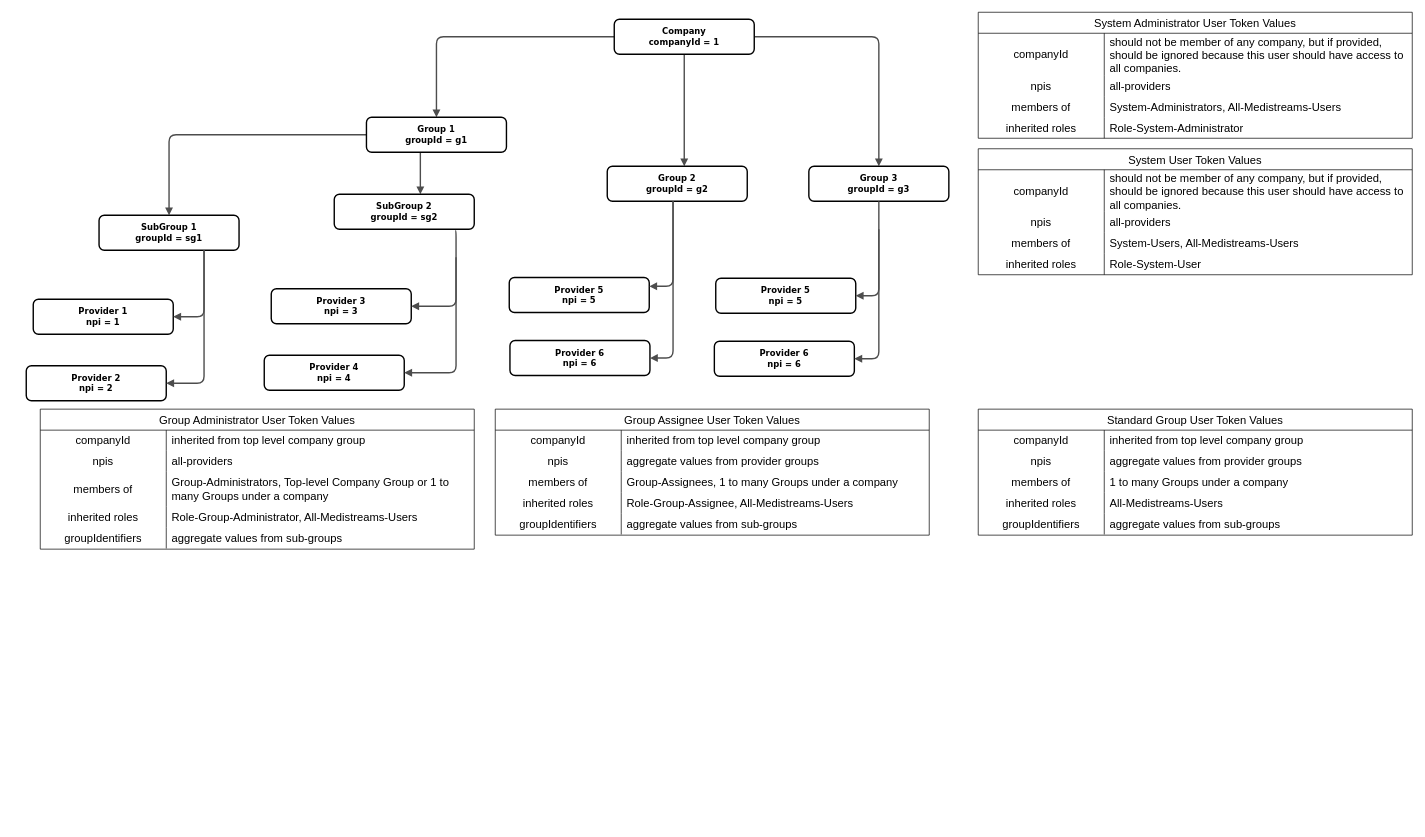
This is images/Untitled Diagram.drawio from ladytaz-rowell/hello-world, a draw.io file, before an edit. Source tidied: cells renumbered, new cells numbered last; positions are measured from the earlier drawing's top-left corner, leaving out a move shared by most shapes. Both pictures are drawn from the tidied source at 70%, with x=0, y=0 at pixel (26, 12).
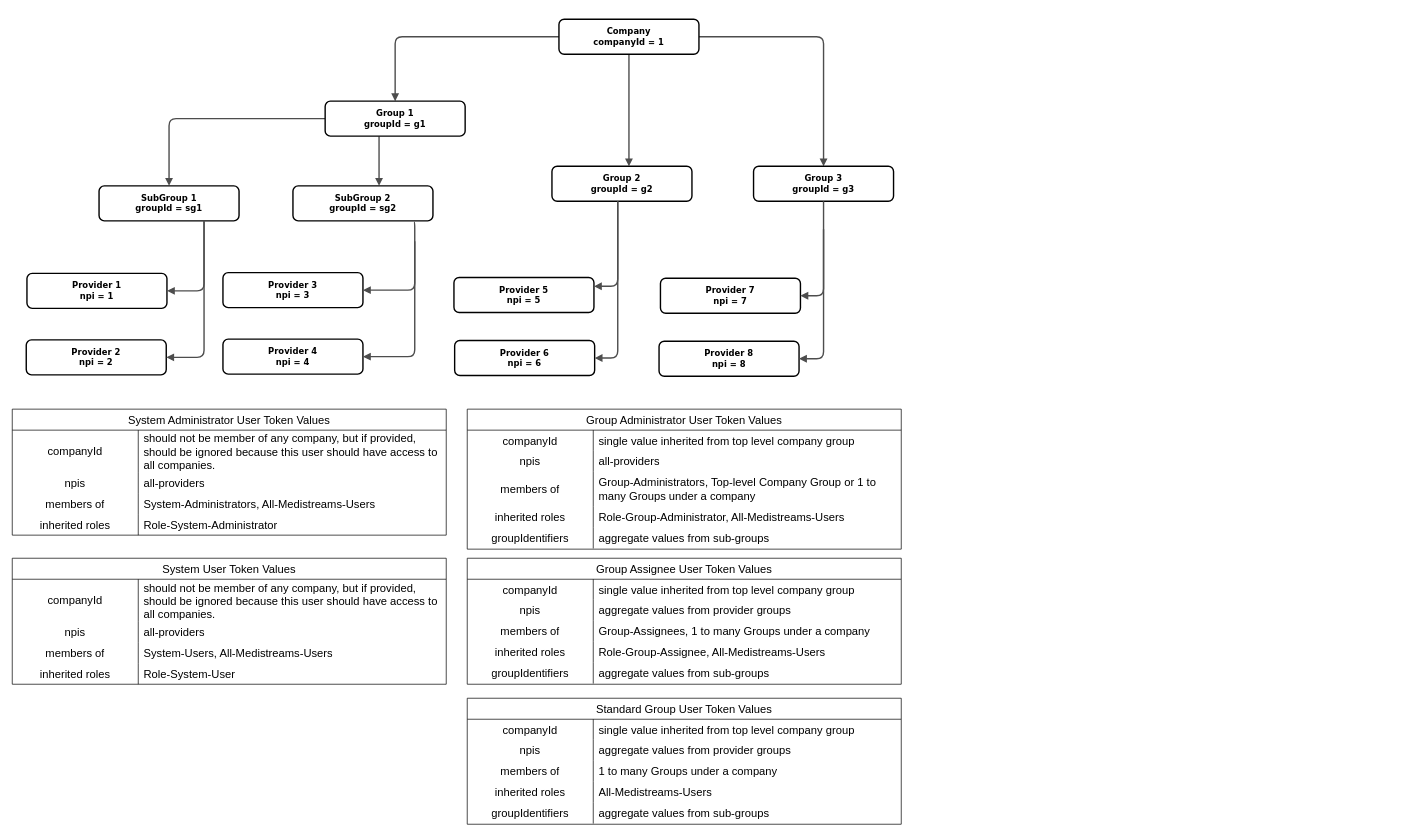
Above is the later version.

Unchanged cells that the change refers to:
```xml
<mxCell id="43" style="shape=tableRow;horizontal=0;startSize=0;swimlaneHead=0;swimlaneBody=0;top=0;left=0;bottom=0;right=0;fillColor=none;strokeColor=inherit;fontSize=16;flipV=1;flipH=1;" parent="42" vertex="1">
  <mxGeometry y="30" width="620" height="29" as="geometry" />
</mxCell>
<mxCell id="59" style="shape=tableRow;horizontal=0;startSize=0;swimlaneHead=0;swimlaneBody=0;top=0;left=0;bottom=0;right=0;fillColor=none;strokeColor=inherit;fontSize=16;flipV=1;flipH=1;" parent="58" vertex="1">
  <mxGeometry y="30" width="620" height="29" as="geometry" />
</mxCell>
<mxCell id="75" style="shape=tableRow;horizontal=0;startSize=0;swimlaneHead=0;swimlaneBody=0;top=0;left=0;bottom=0;right=0;fillColor=none;strokeColor=inherit;fontSize=16;flipV=1;flipH=1;" parent="74" vertex="1">
  <mxGeometry y="30" width="620" height="29" as="geometry" />
</mxCell>
```

What changed in the source:
```diff
@@
     <mxCell id="7" value="SubGroup 1&lt;br&gt;groupId = sg1" style="whiteSpace=wrap;html=1;rounded=1;shadow=0;comic=0;strokeWidth=2;fontFamily=Verdana;align=center;fontSize=12;fontStyle=1;" parent="1" vertex="1">
-      <mxGeometry x="104" y="290" width="200" height="50" as="geometry" />
+      <mxGeometry x="104" y="248" width="200" height="50" as="geometry" />
     </mxCell>
     <mxCell id="8" value="Group 1&lt;br&gt;groupId = g1" style="whiteSpace=wrap;html=1;rounded=1;shadow=0;comic=0;strokeWidth=2;fontFamily=Verdana;align=center;fontSize=12;fontStyle=1;" parent="1" vertex="1">
-      <mxGeometry x="486" y="150" width="200" height="50" as="geometry" />
+      <mxGeometry x="427" y="127" width="200" height="50" as="geometry" />
     </mxCell>
     <mxCell id="9" value="SubGroup 2&lt;br&gt;groupId = sg2" style="whiteSpace=wrap;html=1;rounded=1;shadow=0;comic=0;strokeWidth=2;fontFamily=Verdana;align=center;fontSize=12;fontStyle=1;" parent="1" vertex="1">
-      <mxGeometry x="440" y="260" width="200" height="50" as="geometry" />
+      <mxGeometry x="381" y="248" width="200" height="50" as="geometry" />
     </mxCell>
     <mxCell id="10" value="Company&lt;br&gt;companyId = 1" style="whiteSpace=wrap;html=1;rounded=1;shadow=0;comic=0;strokeWidth=2;fontFamily=Verdana;align=center;fontSize=12;fontStyle=1;" parent="1" vertex="1">
-      <mxGeometry x="840" y="10" width="200" height="50" as="geometry" />
+      <mxGeometry x="761" y="10" width="200" height="50" as="geometry" />
     </mxCell>
     <mxCell id="11" value="Group 3&lt;br&gt;groupId = g3" style="whiteSpace=wrap;html=1;rounded=1;shadow=0;comic=0;strokeWidth=2;fontFamily=Verdana;align=center;fontSize=12;fontStyle=1;" parent="1" vertex="1">
-      <mxGeometry x="1118" y="220" width="200" height="50" as="geometry" />
+      <mxGeometry x="1039" y="220" width="200" height="50" as="geometry" />
     </mxCell>
     <mxCell id="12" value="Provider 1&lt;br&gt;npi = 1" style="whiteSpace=wrap;html=1;rounded=1;shadow=0;comic=0;strokeWidth=2;fontFamily=Verdana;align=center;fontSize=12;fontStyle=1;" parent="1" vertex="1">
-      <mxGeometry x="10" y="410" width="200" height="50" as="geometry" />
+      <mxGeometry x="1" y="373" width="200" height="50" as="geometry" />
     </mxCell>
     <mxCell id="13" value="Provider 2&lt;br&gt;npi = 2" style="whiteSpace=wrap;html=1;rounded=1;shadow=0;comic=0;strokeWidth=2;fontFamily=Verdana;align=center;fontSize=12;fontStyle=1;" parent="1" vertex="1">
-      <mxGeometry y="505" width="200" height="50" as="geometry" />
+      <mxGeometry y="468" width="200" height="50" as="geometry" />
     </mxCell>
     <mxCell id="14" style="edgeStyle=elbowEdgeStyle;rounded=1;html=1;labelBackgroundColor=none;endArrow=block;endFill=1;strokeColor=#4D4D4D;strokeWidth=2;fontFamily=Verdana;fontSize=10;exitX=0.75;exitY=1;exitDx=0;exitDy=0;" parent="1" edge="1" source="7" target="13">
       <mxGeometry relative="1" as="geometry">
         <Array as="points">
-          <mxPoint x="254" y="420" />
-          <mxPoint x="210" y="420" />
+          <mxPoint x="254" y="383" />
+          <mxPoint x="210" y="383" />
         </Array>
       </mxGeometry>
     </mxCell>
     <mxCell id="15" style="edgeStyle=elbowEdgeStyle;rounded=1;html=1;labelBackgroundColor=none;endArrow=block;endFill=1;strokeColor=#4D4D4D;strokeWidth=2;fontFamily=Verdana;fontSize=10;exitX=0.75;exitY=1;exitDx=0;exitDy=0;entryX=1;entryY=0.5;entryDx=0;entryDy=0;" parent="1" edge="1" source="7" target="12">
       <mxGeometry relative="1" as="geometry">
         <Array as="points">
-          <mxPoint x="254" y="390" />
+          <mxPoint x="254" y="353" />
         </Array>
       </mxGeometry>
     </mxCell>
     <mxCell id="16" value="Provider 3&lt;br&gt;npi = 3" style="whiteSpace=wrap;html=1;rounded=1;shadow=0;comic=0;strokeWidth=2;fontFamily=Verdana;align=center;fontSize=12;fontStyle=1;" parent="1" vertex="1">
-      <mxGeometry x="350" y="395" width="200" height="50" as="geometry" />
+      <mxGeometry x="281" y="372" width="200" height="50" as="geometry" />
     </mxCell>
     <mxCell id="17" value="Provider 4&lt;br&gt;npi = 4" style="whiteSpace=wrap;html=1;rounded=1;shadow=0;comic=0;strokeWidth=2;fontFamily=Verdana;align=center;fontSize=12;fontStyle=1;" parent="1" vertex="1">
-      <mxGeometry x="340" y="490" width="200" height="50" as="geometry" />
+      <mxGeometry x="281" y="467" width="200" height="50" as="geometry" />
     </mxCell>
     <mxCell id="18" style="edgeStyle=elbowEdgeStyle;rounded=1;html=1;labelBackgroundColor=none;endArrow=block;endFill=1;strokeColor=#4D4D4D;strokeWidth=2;fontFamily=Verdana;fontSize=10;entryX=1;entryY=0.5;entryDx=0;entryDy=0;" parent="1" edge="1" target="17">
       <mxGeometry relative="1" as="geometry">
-        <mxPoint x="614" y="350" as="sourcePoint" />
+        <mxPoint x="555" y="327" as="sourcePoint" />
         <Array as="points">
-          <mxPoint x="614" y="415" />
-          <mxPoint x="570" y="415" />
+          <mxPoint x="555" y="392" />
+          <mxPoint x="511" y="392" />
         </Array>
       </mxGeometry>
     </mxCell>
     <mxCell id="19" style="edgeStyle=elbowEdgeStyle;rounded=1;html=1;labelBackgroundColor=none;endArrow=block;endFill=1;strokeColor=#4D4D4D;strokeWidth=2;fontFamily=Verdana;fontSize=10;exitX=0.865;exitY=1.04;exitDx=0;exitDy=0;exitPerimeter=0;" parent="1" edge="1" source="9" target="16">
       <mxGeometry relative="1" as="geometry">
         <Array as="points">
-          <mxPoint x="614" y="385" />
+          <mxPoint x="555" y="362" />
         </Array>
       </mxGeometry>
     </mxCell>
     <mxCell id="20" value="Group 2&lt;br&gt;groupId = g2" style="whiteSpace=wrap;html=1;rounded=1;shadow=0;comic=0;strokeWidth=2;fontFamily=Verdana;align=center;fontSize=12;fontStyle=1;" parent="1" vertex="1">
-      <mxGeometry x="830" y="220" width="200" height="50" as="geometry" />
+      <mxGeometry x="751" y="220" width="200" height="50" as="geometry" />
     </mxCell>
     <mxCell id="21" value="Provider 5&lt;br&gt;npi = 5" style="whiteSpace=wrap;html=1;rounded=1;shadow=0;comic=0;strokeWidth=2;fontFamily=Verdana;align=center;fontSize=12;fontStyle=1;" parent="1" vertex="1">
-      <mxGeometry x="690" y="379" width="200" height="50" as="geometry" />
+      <mxGeometry x="611" y="379" width="200" height="50" as="geometry" />
     </mxCell>
     <mxCell id="22" value="Provider 6&lt;br&gt;npi = 6" style="whiteSpace=wrap;html=1;rounded=1;shadow=0;comic=0;strokeWidth=2;fontFamily=Verdana;align=center;fontSize=12;fontStyle=1;" parent="1" vertex="1">
-      <mxGeometry x="691" y="469" width="200" height="50" as="geometry" />
+      <mxGeometry x="612" y="469" width="200" height="50" as="geometry" />
     </mxCell>
     <mxCell id="23" style="edgeStyle=elbowEdgeStyle;rounded=1;html=1;labelBackgroundColor=none;endArrow=block;endFill=1;strokeColor=#4D4D4D;strokeWidth=2;fontFamily=Verdana;fontSize=10;entryX=1;entryY=0.5;entryDx=0;entryDy=0;" parent="1" edge="1" source="20" target="22">
       <mxGeometry relative="1" as="geometry">
         <Array as="points">
-          <mxPoint x="924" y="365" />
-          <mxPoint x="880" y="365" />
+          <mxPoint x="845" y="365" />
+          <mxPoint x="801" y="365" />
         </Array>
       </mxGeometry>
     </mxCell>
     <mxCell id="24" style="edgeStyle=elbowEdgeStyle;rounded=1;html=1;labelBackgroundColor=none;endArrow=block;endFill=1;strokeColor=#4D4D4D;strokeWidth=2;fontFamily=Verdana;fontSize=10;entryX=1;entryY=0.25;entryDx=0;entryDy=0;exitX=0.47;exitY=1;exitDx=0;exitDy=0;exitPerimeter=0;" parent="1" edge="1" source="20" target="21">
       <mxGeometry relative="1" as="geometry">
         <Array as="points">
-          <mxPoint x="924" y="335" />
+          <mxPoint x="845" y="335" />
         </Array>
       </mxGeometry>
     </mxCell>
-    <mxCell id="25" value="Provider 5&lt;br&gt;npi = 5" style="whiteSpace=wrap;html=1;rounded=1;shadow=0;comic=0;strokeWidth=2;fontFamily=Verdana;align=center;fontSize=12;fontStyle=1;" parent="1" vertex="1">
-      <mxGeometry x="985" y="380" width="200" height="50" as="geometry" />
+    <mxCell id="25" value="Provider 7&lt;br&gt;npi = 7" style="whiteSpace=wrap;html=1;rounded=1;shadow=0;comic=0;strokeWidth=2;fontFamily=Verdana;align=center;fontSize=12;fontStyle=1;" parent="1" vertex="1">
+      <mxGeometry x="906" y="380" width="200" height="50" as="geometry" />
     </mxCell>
-    <mxCell id="26" value="Provider 6&lt;br&gt;npi = 6" style="whiteSpace=wrap;html=1;rounded=1;shadow=0;comic=0;strokeWidth=2;fontFamily=Verdana;align=center;fontSize=12;fontStyle=1;" parent="1" vertex="1">
-      <mxGeometry x="983" y="470" width="200" height="50" as="geometry" />
+    <mxCell id="26" value="Provider 8&lt;br&gt;npi = 8" style="whiteSpace=wrap;html=1;rounded=1;shadow=0;comic=0;strokeWidth=2;fontFamily=Verdana;align=center;fontSize=12;fontStyle=1;" parent="1" vertex="1">
+      <mxGeometry x="904" y="470" width="200" height="50" as="geometry" />
     </mxCell>
     <mxCell id="27" style="edgeStyle=elbowEdgeStyle;rounded=1;html=1;labelBackgroundColor=none;endArrow=block;endFill=1;strokeColor=#4D4D4D;strokeWidth=2;fontFamily=Verdana;fontSize=10;entryX=1;entryY=0.5;entryDx=0;entryDy=0;" parent="1" edge="1" target="26">
       <mxGeometry relative="1" as="geometry">
-        <mxPoint x="1218" y="310" as="sourcePoint" />
+        <mxPoint x="1139" y="310" as="sourcePoint" />
         <Array as="points">
-          <mxPoint x="1218" y="370" />
-          <mxPoint x="877" y="375" />
+          <mxPoint x="1139" y="370" />
+          <mxPoint x="798" y="375" />
         </Array>
       </mxGeometry>
     </mxCell>
     <mxCell id="28" style="edgeStyle=elbowEdgeStyle;rounded=1;html=1;labelBackgroundColor=none;endArrow=block;endFill=1;strokeColor=#4D4D4D;strokeWidth=2;fontFamily=Verdana;fontSize=10;entryX=1;entryY=0.5;entryDx=0;entryDy=0;exitX=0.5;exitY=1;exitDx=0;exitDy=0;" parent="1" edge="1" source="11" target="25">
       <mxGeometry relative="1" as="geometry">
         <Array as="points">
-          <mxPoint x="1218" y="340" />
+          <mxPoint x="1139" y="340" />
         </Array>
       </mxGeometry>
     </mxCell>
     <mxCell id="29" value="System Administrator User Token Values" style="shape=table;startSize=30;childLayout=tableLayout;rowLines=0;fontStyle=0;strokeColor=default;fontSize=16;" parent="1" vertex="1">
-      <mxGeometry x="1360" width="620" height="180" as="geometry" />
+      <mxGeometry x="-20" y="567" width="620" height="180" as="geometry" />
     </mxCell>
@@
     <mxCell id="42" value="Group Administrator User Token Values" style="shape=table;startSize=30;childLayout=tableLayout;rowLines=0;fontStyle=0;strokeColor=default;fontSize=16;" parent="1" vertex="1">
-      <mxGeometry x="20" y="567" width="620" height="200" as="geometry" />
+      <mxGeometry x="630" y="567" width="620" height="200" as="geometry" />
     </mxCell>
@@
-    <mxCell id="45" value="inherited from top level company group" style="shape=partialRectangle;html=1;whiteSpace=wrap;fillColor=none;top=0;left=0;bottom=0;right=0;align=left;spacingLeft=6;overflow=hidden;strokeColor=inherit;fontSize=16;" parent="43" vertex="1">
+    <mxCell id="45" value="single value inherited from top level company group" style="shape=partialRectangle;html=1;whiteSpace=wrap;fillColor=none;top=0;left=0;bottom=0;right=0;align=left;spacingLeft=6;overflow=hidden;strokeColor=inherit;fontSize=16;" parent="43" vertex="1">
       <mxGeometry x="180" width="440" height="29" as="geometry" />
     </mxCell>
@@
     <mxCell id="58" value="Group Assignee User Token Values" style="shape=table;startSize=30;childLayout=tableLayout;rowLines=0;fontStyle=0;strokeColor=default;fontSize=16;" parent="1" vertex="1">
-      <mxGeometry x="670" y="567" width="620" height="180" as="geometry" />
+      <mxGeometry x="630" y="780" width="620" height="180" as="geometry" />
     </mxCell>
@@
-    <mxCell id="61" value="inherited from top level company group" style="shape=partialRectangle;html=1;whiteSpace=wrap;fillColor=none;top=0;left=0;bottom=0;right=0;align=left;spacingLeft=6;overflow=hidden;strokeColor=inherit;fontSize=16;" parent="59" vertex="1">
+    <mxCell id="61" value="single value&amp;nbsp;inherited from top level company group" style="shape=partialRectangle;html=1;whiteSpace=wrap;fillColor=none;top=0;left=0;bottom=0;right=0;align=left;spacingLeft=6;overflow=hidden;strokeColor=inherit;fontSize=16;" parent="59" vertex="1">
       <mxGeometry x="180" width="440" height="29" as="geometry" />
     </mxCell>
@@
     <mxCell id="74" value="Standard Group User Token Values" style="shape=table;startSize=30;childLayout=tableLayout;rowLines=0;fontStyle=0;strokeColor=default;fontSize=16;" parent="1" vertex="1">
-      <mxGeometry x="1360" y="567" width="620" height="180" as="geometry" />
+      <mxGeometry x="630" y="980" width="620" height="180" as="geometry" />
     </mxCell>
@@
-    <mxCell id="77" value="inherited from top level company group" style="shape=partialRectangle;html=1;whiteSpace=wrap;fillColor=none;top=0;left=0;bottom=0;right=0;align=left;spacingLeft=6;overflow=hidden;strokeColor=inherit;fontSize=16;" parent="75" vertex="1">
+    <mxCell id="77" value="single value&amp;nbsp;inherited from top level company group" style="shape=partialRectangle;html=1;whiteSpace=wrap;fillColor=none;top=0;left=0;bottom=0;right=0;align=left;spacingLeft=6;overflow=hidden;strokeColor=inherit;fontSize=16;" parent="75" vertex="1">
       <mxGeometry x="180" width="440" height="29" as="geometry" />
     </mxCell>
@@
     <mxCell id="90" value="System User Token Values" style="shape=table;startSize=30;childLayout=tableLayout;rowLines=0;fontStyle=0;strokeColor=default;fontSize=16;" parent="1" vertex="1">
-      <mxGeometry x="1360" y="195" width="620" height="180" as="geometry" />
+      <mxGeometry x="-20" y="780" width="620" height="180" as="geometry" />
     </mxCell>
```
